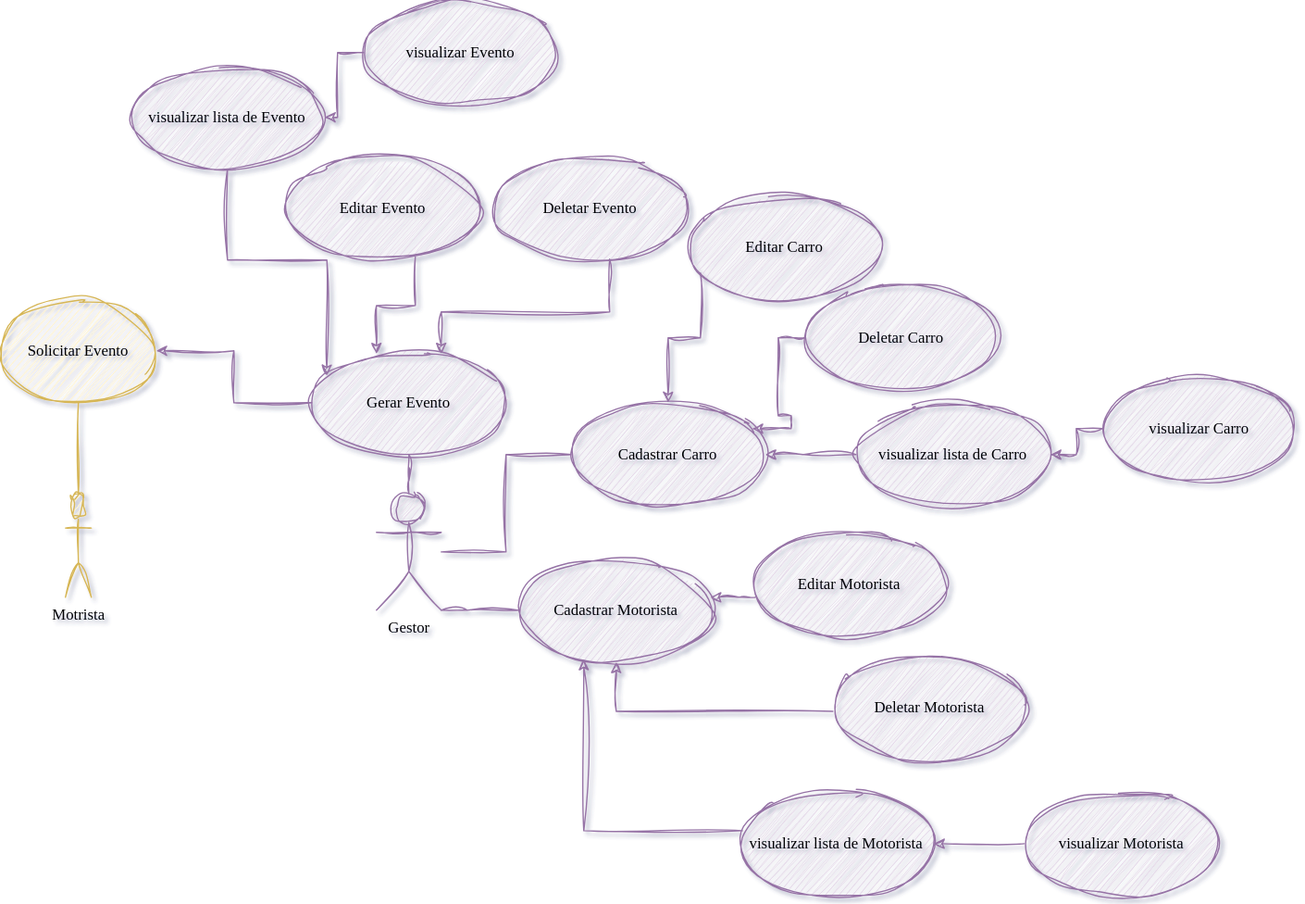
Above: frota/CasoDeUsoFrota.drawio.svg in ADS-Unifg/Diagramas (draw.io), before the change. Source tidied: cells renumbered, new cells last; positions are measured from the earlier drawing's top-left corner, leaving out a move shared by most shapes. The source it was exported from:
```xml
<mxGraphModel background="#ffffff" shadow="1">
  <root>
    <mxCell id="0" />
    <mxCell id="1" parent="0" />
    <mxCell id="2" value="&lt;div&gt;Gestor&lt;/div&gt;" style="shape=umlActor;verticalLabelPosition=bottom;verticalAlign=top;html=1;outlineConnect=0;sketch=1;hachureGap=4;jiggle=2;curveFitting=1;fontFamily=Architects Daughter;fontSource=https%3A%2F%2Ffonts.googleapis.com%2Fcss%3Ffamily%3DArchitects%2BDaughter;fillColor=#e1d5e7;strokeColor=#9673a6;" parent="1" vertex="1">
      <mxGeometry x="290" y="380" width="50" height="90" as="geometry" />
    </mxCell>
    <mxCell id="3" style="edgeStyle=orthogonalEdgeStyle;rounded=0;sketch=1;hachureGap=4;jiggle=2;curveFitting=1;jettySize=auto;html=1;fontFamily=Architects Daughter;fontSource=https%3A%2F%2Ffonts.googleapis.com%2Fcss%3Ffamily%3DArchitects%2BDaughter;startArrow=classic;startFill=0;endArrow=none;fillColor=#e1d5e7;strokeColor=#9673a6;" parent="1" edge="1" source="5" target="27">
      <mxGeometry relative="1" as="geometry">
        <Array as="points">
          <mxPoint x="290" y="235" />
          <mxPoint x="320" y="235" />
        </Array>
      </mxGeometry>
    </mxCell>
    <mxCell id="4" style="edgeStyle=orthogonalEdgeStyle;rounded=0;sketch=1;hachureGap=4;jiggle=2;curveFitting=1;jettySize=auto;html=1;entryX=1;entryY=0.5;entryDx=0;entryDy=0;fontFamily=Architects Daughter;fontSource=https%3A%2F%2Ffonts.googleapis.com%2Fcss%3Ffamily%3DArchitects%2BDaughter;fillColor=#e1d5e7;strokeColor=#9673a6;" parent="1" edge="1" source="5" target="36">
      <mxGeometry relative="1" as="geometry" />
    </mxCell>
    <mxCell id="5" value="Gerar Evento" style="ellipse;whiteSpace=wrap;html=1;sketch=1;hachureGap=4;jiggle=2;curveFitting=1;fontFamily=Architects Daughter;fontSource=https%3A%2F%2Ffonts.googleapis.com%2Fcss%3Ffamily%3DArchitects%2BDaughter;fillColor=#e1d5e7;strokeColor=#9673a6;" parent="1" vertex="1">
      <mxGeometry x="240" y="270" width="150" height="80" as="geometry" />
    </mxCell>
    <mxCell id="6" style="edgeStyle=orthogonalEdgeStyle;rounded=0;sketch=1;hachureGap=4;jiggle=2;curveFitting=1;jettySize=auto;html=1;fontFamily=Architects Daughter;fontSource=https%3A%2F%2Ffonts.googleapis.com%2Fcss%3Ffamily%3DArchitects%2BDaughter;endArrow=none;startFill=0;fillColor=#e1d5e7;strokeColor=#9673a6;" parent="1" edge="1" source="7" target="2">
      <mxGeometry relative="1" as="geometry" />
    </mxCell>
    <mxCell id="7" value="&lt;div&gt;Cadastrar Carro&lt;/div&gt;" style="ellipse;whiteSpace=wrap;html=1;sketch=1;hachureGap=4;jiggle=2;curveFitting=1;fontFamily=Architects Daughter;fontSource=https%3A%2F%2Ffonts.googleapis.com%2Fcss%3Ffamily%3DArchitects%2BDaughter;fillColor=#e1d5e7;strokeColor=#9673a6;" parent="1" vertex="1">
      <mxGeometry x="440" y="310" width="150" height="80" as="geometry" />
    </mxCell>
    <mxCell id="8" style="edgeStyle=orthogonalEdgeStyle;rounded=0;sketch=1;hachureGap=4;jiggle=2;curveFitting=1;jettySize=auto;html=1;fontFamily=Architects Daughter;fontSource=https%3A%2F%2Ffonts.googleapis.com%2Fcss%3Ffamily%3DArchitects%2BDaughter;fillColor=#e1d5e7;strokeColor=#9673a6;" parent="1" edge="1" source="9" target="7">
      <mxGeometry relative="1" as="geometry">
        <Array as="points">
          <mxPoint x="540" y="260" />
          <mxPoint x="515" y="260" />
        </Array>
      </mxGeometry>
    </mxCell>
    <mxCell id="9" value="&lt;div&gt;Editar Carro&lt;/div&gt;" style="ellipse;whiteSpace=wrap;html=1;sketch=1;hachureGap=4;jiggle=2;curveFitting=1;fontFamily=Architects Daughter;fontSource=https%3A%2F%2Ffonts.googleapis.com%2Fcss%3Ffamily%3DArchitects%2BDaughter;fillColor=#e1d5e7;strokeColor=#9673a6;" parent="1" vertex="1">
      <mxGeometry x="530" y="150" width="150" height="80" as="geometry" />
    </mxCell>
    <mxCell id="10" style="edgeStyle=orthogonalEdgeStyle;rounded=0;sketch=1;hachureGap=4;jiggle=2;curveFitting=1;jettySize=auto;html=1;fontFamily=Architects Daughter;fontSource=https%3A%2F%2Ffonts.googleapis.com%2Fcss%3Ffamily%3DArchitects%2BDaughter;fillColor=#e1d5e7;strokeColor=#9673a6;" parent="1" edge="1" source="11" target="7">
      <mxGeometry relative="1" as="geometry">
        <Array as="points">
          <mxPoint x="600" y="260" />
          <mxPoint x="600" y="320" />
          <mxPoint x="610" y="320" />
          <mxPoint x="610" y="330" />
        </Array>
      </mxGeometry>
    </mxCell>
    <mxCell id="11" value="&lt;div&gt;Deletar Carro&lt;/div&gt;" style="ellipse;whiteSpace=wrap;html=1;sketch=1;hachureGap=4;jiggle=2;curveFitting=1;fontFamily=Architects Daughter;fontSource=https%3A%2F%2Ffonts.googleapis.com%2Fcss%3Ffamily%3DArchitects%2BDaughter;fillColor=#e1d5e7;strokeColor=#9673a6;" parent="1" vertex="1">
      <mxGeometry x="620" y="220" width="150" height="80" as="geometry" />
    </mxCell>
    <mxCell id="12" style="edgeStyle=orthogonalEdgeStyle;rounded=0;sketch=1;hachureGap=4;jiggle=2;curveFitting=1;jettySize=auto;html=1;fontFamily=Architects Daughter;fontSource=https%3A%2F%2Ffonts.googleapis.com%2Fcss%3Ffamily%3DArchitects%2BDaughter;fillColor=#e1d5e7;strokeColor=#9673a6;" parent="1" edge="1" source="13" target="7">
      <mxGeometry relative="1" as="geometry">
        <Array as="points">
          <mxPoint x="620" y="350" />
          <mxPoint x="620" y="350" />
        </Array>
      </mxGeometry>
    </mxCell>
    <mxCell id="13" value="&lt;div&gt;visualizar lista de Carro&lt;/div&gt;" style="ellipse;whiteSpace=wrap;html=1;sketch=1;hachureGap=4;jiggle=2;curveFitting=1;fontFamily=Architects Daughter;fontSource=https%3A%2F%2Ffonts.googleapis.com%2Fcss%3Ffamily%3DArchitects%2BDaughter;fillColor=#e1d5e7;strokeColor=#9673a6;" parent="1" vertex="1">
      <mxGeometry x="660" y="310" width="150" height="80" as="geometry" />
    </mxCell>
    <mxCell id="14" style="edgeStyle=orthogonalEdgeStyle;rounded=0;sketch=1;hachureGap=4;jiggle=2;curveFitting=1;jettySize=auto;html=1;fontFamily=Architects Daughter;fontSource=https%3A%2F%2Ffonts.googleapis.com%2Fcss%3Ffamily%3DArchitects%2BDaughter;fillColor=#e1d5e7;strokeColor=#9673a6;" parent="1" edge="1" source="15" target="13">
      <mxGeometry relative="1" as="geometry" />
    </mxCell>
    <mxCell id="15" value="&lt;div&gt;visualizar Carro&lt;/div&gt;" style="ellipse;whiteSpace=wrap;html=1;sketch=1;hachureGap=4;jiggle=2;curveFitting=1;fontFamily=Architects Daughter;fontSource=https%3A%2F%2Ffonts.googleapis.com%2Fcss%3Ffamily%3DArchitects%2BDaughter;fillColor=#e1d5e7;strokeColor=#9673a6;" parent="1" vertex="1">
      <mxGeometry x="850" y="290" width="150" height="80" as="geometry" />
    </mxCell>
    <mxCell id="16" style="edgeStyle=orthogonalEdgeStyle;rounded=0;sketch=1;hachureGap=4;jiggle=2;curveFitting=1;jettySize=auto;html=1;entryX=0.5;entryY=0;entryDx=0;entryDy=0;entryPerimeter=0;fontFamily=Architects Daughter;fontSource=https%3A%2F%2Ffonts.googleapis.com%2Fcss%3Ffamily%3DArchitects%2BDaughter;endArrow=none;startFill=0;fillColor=#e1d5e7;strokeColor=#9673a6;" parent="1" edge="1" source="5" target="2">
      <mxGeometry relative="1" as="geometry" />
    </mxCell>
    <mxCell id="17" value="&lt;div&gt;Cadastrar Motorista&lt;/div&gt;" style="ellipse;whiteSpace=wrap;html=1;sketch=1;hachureGap=4;jiggle=2;curveFitting=1;fontFamily=Architects Daughter;fontSource=https%3A%2F%2Ffonts.googleapis.com%2Fcss%3Ffamily%3DArchitects%2BDaughter;fillColor=#e1d5e7;strokeColor=#9673a6;" parent="1" vertex="1">
      <mxGeometry x="400" y="430" width="150" height="80" as="geometry" />
    </mxCell>
    <mxCell id="18" style="edgeStyle=orthogonalEdgeStyle;rounded=0;sketch=1;hachureGap=4;jiggle=2;curveFitting=1;jettySize=auto;html=1;fontFamily=Architects Daughter;fontSource=https%3A%2F%2Ffonts.googleapis.com%2Fcss%3Ffamily%3DArchitects%2BDaughter;fillColor=#e1d5e7;strokeColor=#9673a6;" parent="1" edge="1" source="19" target="17">
      <mxGeometry relative="1" as="geometry">
        <Array as="points">
          <mxPoint x="570" y="460" />
          <mxPoint x="570" y="460" />
        </Array>
      </mxGeometry>
    </mxCell>
    <mxCell id="19" value="&lt;div&gt;Editar Motorista&lt;/div&gt;" style="ellipse;whiteSpace=wrap;html=1;sketch=1;hachureGap=4;jiggle=2;curveFitting=1;fontFamily=Architects Daughter;fontSource=https%3A%2F%2Ffonts.googleapis.com%2Fcss%3Ffamily%3DArchitects%2BDaughter;fillColor=#e1d5e7;strokeColor=#9673a6;" parent="1" vertex="1">
      <mxGeometry x="580" y="410" width="150" height="80" as="geometry" />
    </mxCell>
    <mxCell id="20" style="edgeStyle=orthogonalEdgeStyle;rounded=0;sketch=1;hachureGap=4;jiggle=2;curveFitting=1;jettySize=auto;html=1;fontFamily=Architects Daughter;fontSource=https%3A%2F%2Ffonts.googleapis.com%2Fcss%3Ffamily%3DArchitects%2BDaughter;fillColor=#e1d5e7;strokeColor=#9673a6;" parent="1" edge="1" source="21" target="17">
      <mxGeometry relative="1" as="geometry">
        <Array as="points">
          <mxPoint x="475" y="548" />
        </Array>
      </mxGeometry>
    </mxCell>
    <mxCell id="21" value="&lt;div&gt;Deletar Motorista&lt;/div&gt;" style="ellipse;whiteSpace=wrap;html=1;sketch=1;hachureGap=4;jiggle=2;curveFitting=1;fontFamily=Architects Daughter;fontSource=https%3A%2F%2Ffonts.googleapis.com%2Fcss%3Ffamily%3DArchitects%2BDaughter;fillColor=#e1d5e7;strokeColor=#9673a6;" parent="1" vertex="1">
      <mxGeometry x="642" y="505" width="150" height="80" as="geometry" />
    </mxCell>
    <mxCell id="22" style="edgeStyle=orthogonalEdgeStyle;rounded=0;sketch=1;hachureGap=4;jiggle=2;curveFitting=1;jettySize=auto;html=1;fontFamily=Architects Daughter;fontSource=https%3A%2F%2Ffonts.googleapis.com%2Fcss%3Ffamily%3DArchitects%2BDaughter;fillColor=#e1d5e7;strokeColor=#9673a6;" parent="1" edge="1" source="23" target="17">
      <mxGeometry relative="1" as="geometry">
        <Array as="points">
          <mxPoint x="450" y="640" />
        </Array>
      </mxGeometry>
    </mxCell>
    <mxCell id="23" value="&lt;div&gt;visualizar lista de Motorista&lt;/div&gt;" style="ellipse;whiteSpace=wrap;html=1;sketch=1;hachureGap=4;jiggle=2;curveFitting=1;fontFamily=Architects Daughter;fontSource=https%3A%2F%2Ffonts.googleapis.com%2Fcss%3Ffamily%3DArchitects%2BDaughter;fillColor=#e1d5e7;strokeColor=#9673a6;" parent="1" vertex="1">
      <mxGeometry x="570" y="610" width="150" height="80" as="geometry" />
    </mxCell>
    <mxCell id="24" style="edgeStyle=orthogonalEdgeStyle;rounded=0;sketch=1;hachureGap=4;jiggle=2;curveFitting=1;jettySize=auto;html=1;fontFamily=Architects Daughter;fontSource=https%3A%2F%2Ffonts.googleapis.com%2Fcss%3Ffamily%3DArchitects%2BDaughter;fillColor=#e1d5e7;strokeColor=#9673a6;" parent="1" edge="1" source="25" target="23">
      <mxGeometry relative="1" as="geometry" />
    </mxCell>
    <mxCell id="25" value="&lt;div&gt;visualizar Motorista&lt;/div&gt;" style="ellipse;whiteSpace=wrap;html=1;sketch=1;hachureGap=4;jiggle=2;curveFitting=1;fontFamily=Architects Daughter;fontSource=https%3A%2F%2Ffonts.googleapis.com%2Fcss%3Ffamily%3DArchitects%2BDaughter;fillColor=#e1d5e7;strokeColor=#9673a6;" parent="1" vertex="1">
      <mxGeometry x="790" y="610" width="150" height="80" as="geometry" />
    </mxCell>
    <mxCell id="26" style="edgeStyle=orthogonalEdgeStyle;rounded=0;sketch=1;hachureGap=4;jiggle=2;curveFitting=1;jettySize=auto;html=1;entryX=1;entryY=1;entryDx=0;entryDy=0;entryPerimeter=0;fontFamily=Architects Daughter;fontSource=https%3A%2F%2Ffonts.googleapis.com%2Fcss%3Ffamily%3DArchitects%2BDaughter;endArrow=none;startFill=0;fillColor=#e1d5e7;strokeColor=#9673a6;" parent="1" edge="1" source="17" target="2">
      <mxGeometry relative="1" as="geometry">
        <Array as="points">
          <mxPoint x="360" y="470" />
          <mxPoint x="360" y="470" />
        </Array>
      </mxGeometry>
    </mxCell>
    <mxCell id="27" value="&lt;div&gt;Editar Evento&lt;/div&gt;" style="ellipse;whiteSpace=wrap;html=1;sketch=1;hachureGap=4;jiggle=2;curveFitting=1;fontFamily=Architects Daughter;fontSource=https%3A%2F%2Ffonts.googleapis.com%2Fcss%3Ffamily%3DArchitects%2BDaughter;fillColor=#e1d5e7;strokeColor=#9673a6;" parent="1" vertex="1">
      <mxGeometry x="220" y="120" width="150" height="80" as="geometry" />
    </mxCell>
    <mxCell id="28" style="edgeStyle=orthogonalEdgeStyle;rounded=0;sketch=1;hachureGap=4;jiggle=2;curveFitting=1;jettySize=auto;html=1;fontFamily=Architects Daughter;fontSource=https%3A%2F%2Ffonts.googleapis.com%2Fcss%3Ffamily%3DArchitects%2BDaughter;fillColor=#e1d5e7;strokeColor=#9673a6;" parent="1" edge="1" source="29" target="5">
      <mxGeometry relative="1" as="geometry">
        <Array as="points">
          <mxPoint x="470" y="240" />
          <mxPoint x="340" y="240" />
        </Array>
      </mxGeometry>
    </mxCell>
    <mxCell id="29" value="&lt;div&gt;Deletar Evento&lt;/div&gt;" style="ellipse;whiteSpace=wrap;html=1;sketch=1;hachureGap=4;jiggle=2;curveFitting=1;fontFamily=Architects Daughter;fontSource=https%3A%2F%2Ffonts.googleapis.com%2Fcss%3Ffamily%3DArchitects%2BDaughter;fillColor=#e1d5e7;strokeColor=#9673a6;" parent="1" vertex="1">
      <mxGeometry x="380" y="120" width="150" height="80" as="geometry" />
    </mxCell>
    <mxCell id="30" value="&lt;div&gt;visualizar lista de Evento&lt;/div&gt;" style="ellipse;whiteSpace=wrap;html=1;sketch=1;hachureGap=4;jiggle=2;curveFitting=1;fontFamily=Architects Daughter;fontSource=https%3A%2F%2Ffonts.googleapis.com%2Fcss%3Ffamily%3DArchitects%2BDaughter;fillColor=#e1d5e7;strokeColor=#9673a6;" parent="1" vertex="1">
      <mxGeometry x="100" y="50" width="150" height="80" as="geometry" />
    </mxCell>
    <mxCell id="31" style="edgeStyle=orthogonalEdgeStyle;rounded=0;sketch=1;hachureGap=4;jiggle=2;curveFitting=1;jettySize=auto;html=1;fontFamily=Architects Daughter;fontSource=https%3A%2F%2Ffonts.googleapis.com%2Fcss%3Ffamily%3DArchitects%2BDaughter;fillColor=#e1d5e7;strokeColor=#9673a6;" parent="1" edge="1" source="32" target="30">
      <mxGeometry relative="1" as="geometry" />
    </mxCell>
    <mxCell id="32" value="&lt;div&gt;visualizar Evento&lt;/div&gt;" style="ellipse;whiteSpace=wrap;html=1;sketch=1;hachureGap=4;jiggle=2;curveFitting=1;fontFamily=Architects Daughter;fontSource=https%3A%2F%2Ffonts.googleapis.com%2Fcss%3Ffamily%3DArchitects%2BDaughter;fillColor=#e1d5e7;strokeColor=#9673a6;" parent="1" vertex="1">
      <mxGeometry x="280" width="150" height="80" as="geometry" />
    </mxCell>
    <mxCell id="33" style="edgeStyle=orthogonalEdgeStyle;rounded=0;sketch=1;hachureGap=4;jiggle=2;curveFitting=1;jettySize=auto;html=1;entryX=0.078;entryY=0.239;entryDx=0;entryDy=0;entryPerimeter=0;fontFamily=Architects Daughter;fontSource=https%3A%2F%2Ffonts.googleapis.com%2Fcss%3Ffamily%3DArchitects%2BDaughter;fillColor=#e1d5e7;strokeColor=#9673a6;" parent="1" edge="1" source="30" target="5">
      <mxGeometry relative="1" as="geometry" />
    </mxCell>
    <mxCell id="34" style="edgeStyle=orthogonalEdgeStyle;rounded=0;sketch=1;hachureGap=4;jiggle=2;curveFitting=1;jettySize=auto;html=1;fontFamily=Architects Daughter;fontSource=https%3A%2F%2Ffonts.googleapis.com%2Fcss%3Ffamily%3DArchitects%2BDaughter;endArrow=none;startFill=0;fillColor=#fff2cc;strokeColor=#d6b656;" parent="1" edge="1" source="35" target="36">
      <mxGeometry relative="1" as="geometry" />
    </mxCell>
    <mxCell id="35" value="Motrista" style="shape=umlActor;verticalLabelPosition=bottom;verticalAlign=top;html=1;outlineConnect=0;sketch=1;hachureGap=4;jiggle=2;curveFitting=1;fontFamily=Architects Daughter;fontSource=https%3A%2F%2Ffonts.googleapis.com%2Fcss%3Ffamily%3DArchitects%2BDaughter;fillColor=#fff2cc;strokeColor=#d6b656;" parent="1" vertex="1">
      <mxGeometry x="50" y="380" width="20" height="80" as="geometry" />
    </mxCell>
    <mxCell id="36" value="Solicitar Evento" style="ellipse;whiteSpace=wrap;html=1;sketch=1;hachureGap=4;jiggle=2;curveFitting=1;fontFamily=Architects Daughter;fontSource=https%3A%2F%2Ffonts.googleapis.com%2Fcss%3Ffamily%3DArchitects%2BDaughter;fillColor=#fff2cc;strokeColor=#d6b656;" parent="1" vertex="1">
      <mxGeometry y="230" width="120" height="80" as="geometry" />
    </mxCell>
  </root>
</mxGraphModel>
```
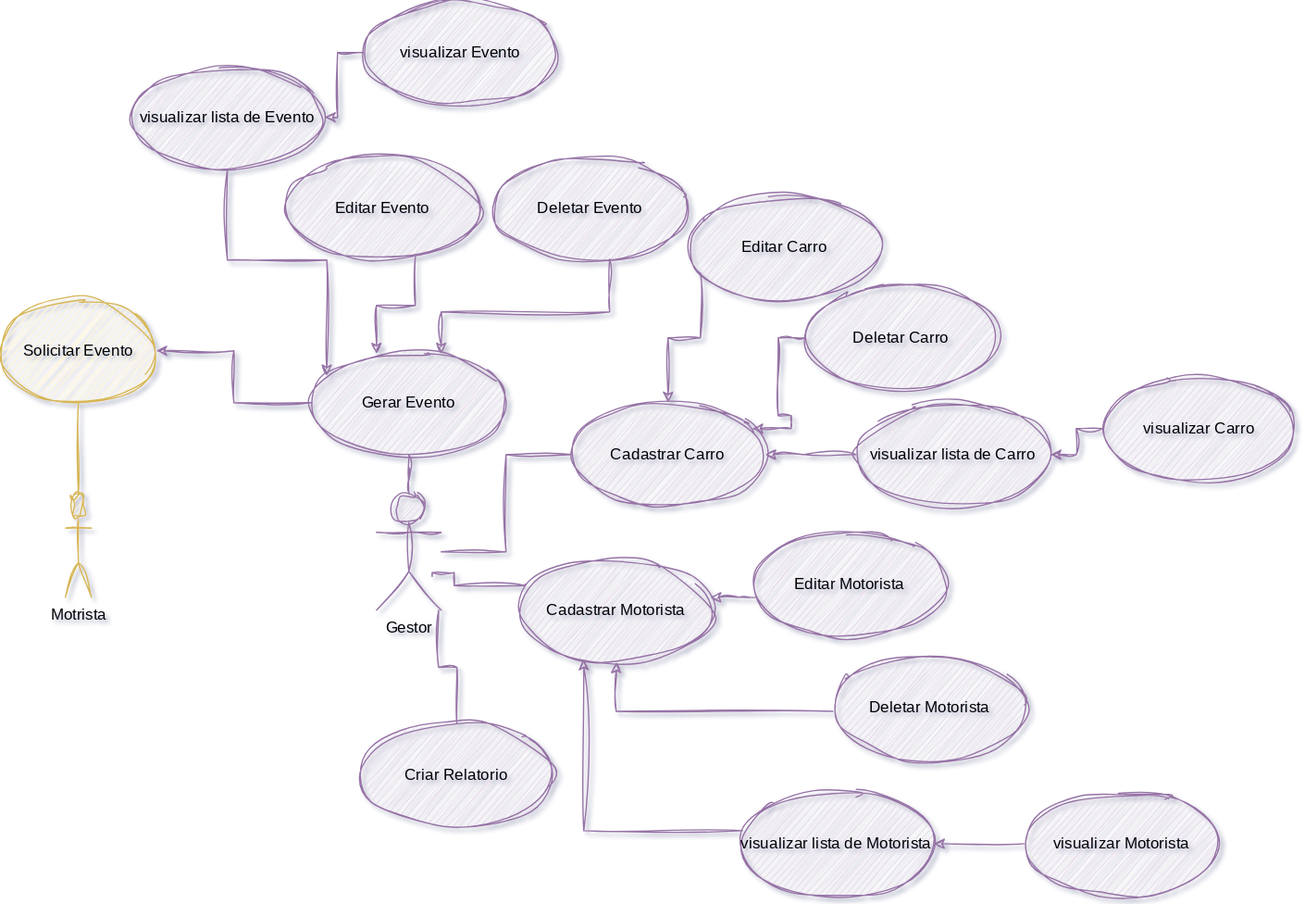
After the commit.

The edit, as a diff of the source:
```diff
@@ -109,11 +109,14 @@
     <mxCell id="25" value="&lt;div&gt;visualizar Motorista&lt;/div&gt;" style="ellipse;whiteSpace=wrap;html=1;sketch=1;hachureGap=4;jiggle=2;curveFitting=1;fontFamily=Architects Daughter;fontSource=https%3A%2F%2Ffonts.googleapis.com%2Fcss%3Ffamily%3DArchitects%2BDaughter;fillColor=#e1d5e7;strokeColor=#9673a6;" parent="1" vertex="1">
       <mxGeometry x="790" y="610" width="150" height="80" as="geometry" />
     </mxCell>
-    <mxCell id="26" style="edgeStyle=orthogonalEdgeStyle;rounded=0;sketch=1;hachureGap=4;jiggle=2;curveFitting=1;jettySize=auto;html=1;entryX=1;entryY=1;entryDx=0;entryDy=0;entryPerimeter=0;fontFamily=Architects Daughter;fontSource=https%3A%2F%2Ffonts.googleapis.com%2Fcss%3Ffamily%3DArchitects%2BDaughter;endArrow=none;startFill=0;fillColor=#e1d5e7;strokeColor=#9673a6;" parent="1" edge="1" source="17" target="2">
+    <mxCell id="26" style="edgeStyle=orthogonalEdgeStyle;rounded=0;sketch=1;hachureGap=4;jiggle=2;curveFitting=1;orthogonalLoop=1;jettySize=auto;html=1;fontFamily=Architects Daughter;fontSource=https%3A%2F%2Ffonts.googleapis.com%2Fcss%3Ffamily%3DArchitects%2BDaughter;endArrow=none;startFill=0;fillColor=#e1d5e7;strokeColor=#9673a6;" parent="1" edge="1">
       <mxGeometry relative="1" as="geometry">
+        <mxPoint x="404.7" y="450" as="sourcePoint" />
+        <mxPoint x="333" y="444" as="targetPoint" />
         <Array as="points">
-          <mxPoint x="360" y="470" />
-          <mxPoint x="360" y="470" />
+          <mxPoint x="405" y="451" />
+          <mxPoint x="350" y="451" />
+          <mxPoint x="350" y="441" />
         </Array>
       </mxGeometry>
     </mxCell>
@@ -152,5 +155,16 @@
     <mxCell id="36" value="Solicitar Evento" style="ellipse;whiteSpace=wrap;html=1;sketch=1;hachureGap=4;jiggle=2;curveFitting=1;fontFamily=Architects Daughter;fontSource=https%3A%2F%2Ffonts.googleapis.com%2Fcss%3Ffamily%3DArchitects%2BDaughter;fillColor=#fff2cc;strokeColor=#d6b656;" parent="1" vertex="1">
       <mxGeometry y="230" width="120" height="80" as="geometry" />
     </mxCell>
+    <mxCell id="37" style="edgeStyle=orthogonalEdgeStyle;rounded=0;sketch=1;hachureGap=4;jiggle=2;curveFitting=1;jettySize=auto;html=1;fontFamily=Architects Daughter;fontSource=https%3A%2F%2Ffonts.googleapis.com%2Fcss%3Ffamily%3DArchitects%2BDaughter;fillColor=#e1d5e7;strokeColor=#9673a6;endArrow=none;startFill=0;" parent="1" edge="1" source="38" target="2">
+      <mxGeometry relative="1" as="geometry">
+        <Array as="points">
+          <mxPoint x="352" y="514" />
+          <mxPoint x="338" y="514" />
+        </Array>
+      </mxGeometry>
+    </mxCell>
+    <mxCell id="38" value="Criar Relatorio" style="ellipse;whiteSpace=wrap;html=1;sketch=1;hachureGap=4;jiggle=2;curveFitting=1;fontFamily=Architects Daughter;fontSource=https%3A%2F%2Ffonts.googleapis.com%2Fcss%3Ffamily%3DArchitects%2BDaughter;fillColor=#e1d5e7;strokeColor=#9673a6;" parent="1" vertex="1">
+      <mxGeometry x="277" y="557" width="150" height="80" as="geometry" />
+    </mxCell>
   </root>
 </mxGraphModel>
```
